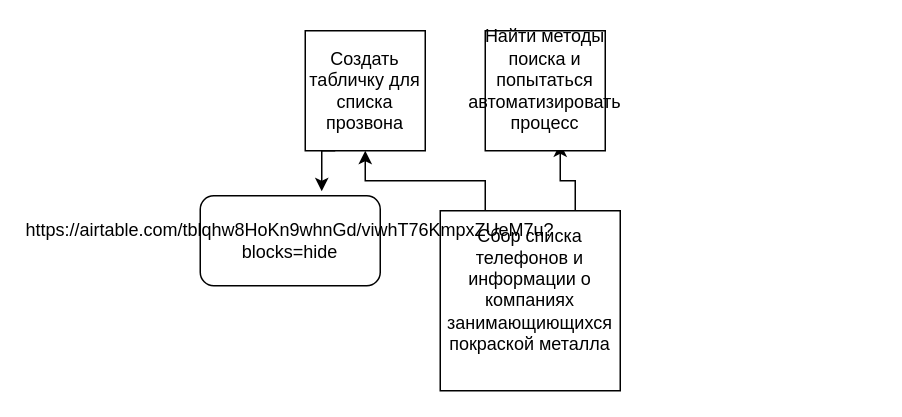
Before: Untitled Diagram.drawio in Diko0braz/test1, a draw.io diagram. Source tidied: cells renumbered, new cells numbered last; positions are measured from the earlier drawing's top-left corner, leaving out a move shared by most shapes. Both pictures are drawn from the tidied source at 150%, with x=0, y=0 at pixel (200, 30).
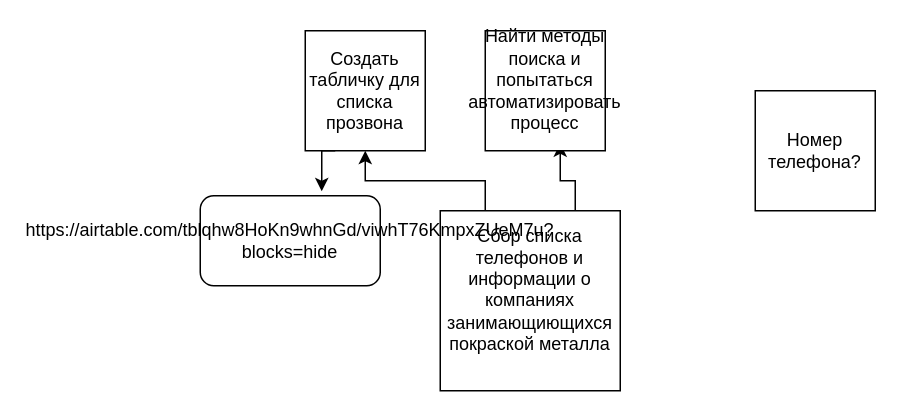
After the change.

Change to the diagram source:
```diff
@@
 <mxGraphModel>
   <root>
     <mxCell id="0" />
     <mxCell id="1" parent="0" />
     <mxCell id="2" style="edgeStyle=orthogonalEdgeStyle;rounded=0;jettySize=auto;html=1;exitX=0.25;exitY=0;exitDx=0;exitDy=0;" parent="1" edge="1" source="4" target="6">
       <mxGeometry relative="1" as="geometry" />
     </mxCell>
     <mxCell id="3" style="edgeStyle=orthogonalEdgeStyle;rounded=0;jettySize=auto;html=1;exitX=0.75;exitY=0;exitDx=0;exitDy=0;entryX=0.625;entryY=0.938;entryDx=0;entryDy=0;entryPerimeter=0;" parent="1" edge="1" source="4" target="7">
       <mxGeometry relative="1" as="geometry" />
     </mxCell>
     <mxCell id="4" value="Сбор списка телефонов и информации о компаниях&lt;br&gt;занимающиющихся покраской металла&lt;br&gt;&lt;br&gt;" style="whiteSpace=wrap;html=1;" parent="1" vertex="1">
       <mxGeometry x="160" y="120" width="120" height="120" as="geometry" />
     </mxCell>
     <mxCell id="5" style="edgeStyle=orthogonalEdgeStyle;rounded=0;jettySize=auto;html=1;exitX=0.25;exitY=1;exitDx=0;exitDy=0;entryX=0.675;entryY=-0.05;entryDx=0;entryDy=0;entryPerimeter=0;" parent="1" edge="1" source="6" target="8">
       <mxGeometry relative="1" as="geometry" />
     </mxCell>
     <mxCell id="6" value="Создать табличку для списка прозвона&lt;br&gt;" style="whiteSpace=wrap;html=1;" parent="1" vertex="1">
       <mxGeometry x="70" width="80" height="80" as="geometry" />
     </mxCell>
     <mxCell id="7" value="Найти методы поиска и попытаться автоматизировать процесс&lt;br&gt;&lt;br&gt;" style="whiteSpace=wrap;html=1;" parent="1" vertex="1">
       <mxGeometry x="190" width="80" height="80" as="geometry" />
     </mxCell>
     <mxCell id="8" value="https://airtable.com/tblqhw8HoKn9whnGd/viwhT76KmpxZUeM7u?blocks=hide" style="rounded=1;whiteSpace=wrap;html=1;" parent="1" vertex="1">
       <mxGeometry y="110" width="120" height="60" as="geometry" />
     </mxCell>
+    <mxCell id="9" value="Номер телефона?" style="whiteSpace=wrap;html=1;" parent="1" vertex="1">
+      <mxGeometry x="370" y="40" width="80" height="80" as="geometry" />
+    </mxCell>
   </root>
 </mxGraphModel>
```
